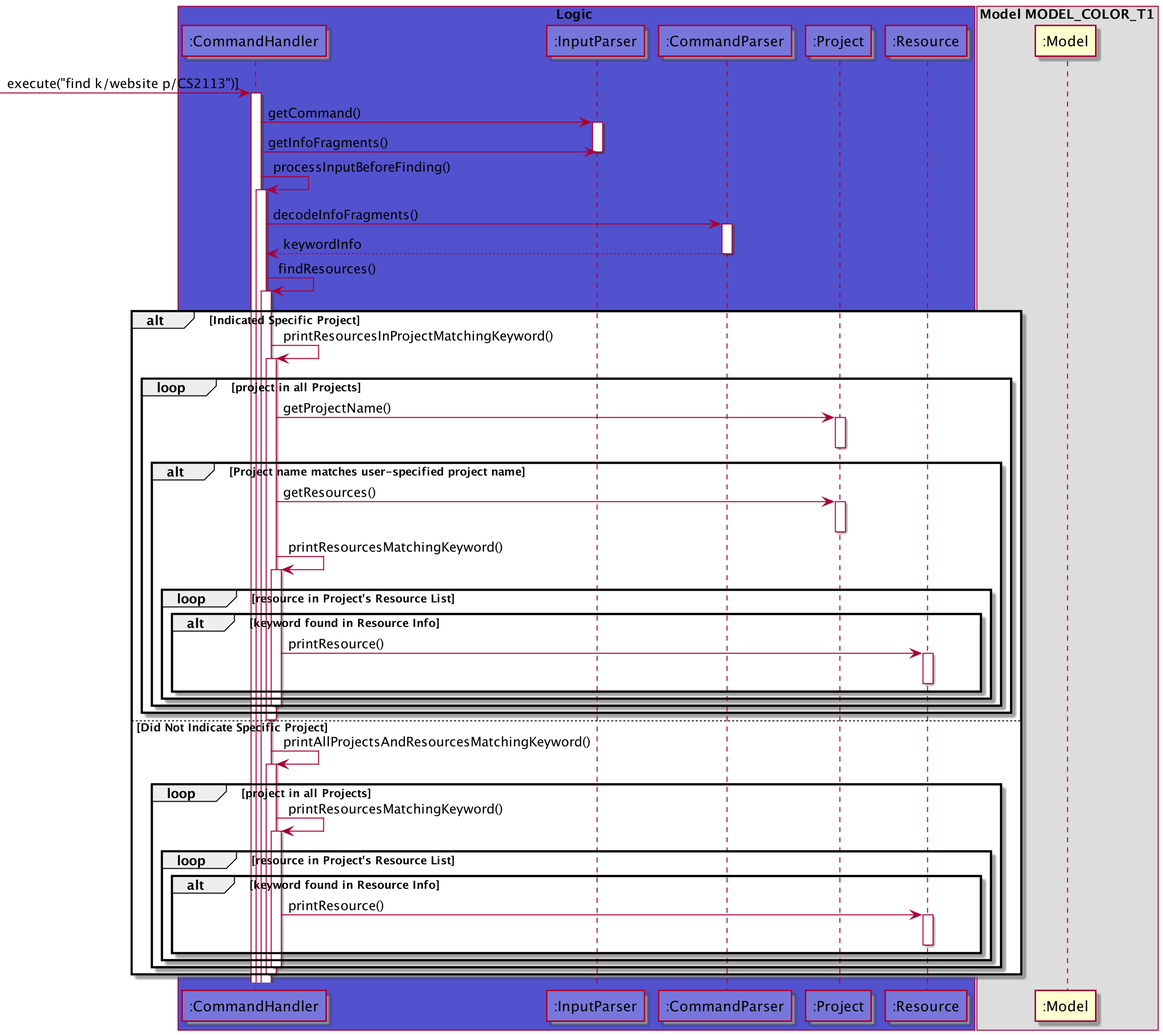
Earlier version of the PlantUML export docs/puml_img/Find.png (s-t-e-f/tp). The source it was exported from:
```plantuml
@startuml
!include Style.puml

box Logic LOGIC_COLOR_T2
participant ":CommandHandler" as CommandHandler LOGIC_COLOR_T1
participant ":InputParser" as InputParser LOGIC_COLOR_T1
participant ":CommandParser" as CommandParser LOGIC_COLOR_T1
participant ":Project" as Project LOGIC_COLOR_T1
participant ":Resource" as Resource LOGIC_COLOR_T1
end box

box Model MODEL_COLOR_T1
participant ":Model" as MODEL_COLOR
end box

[-> CommandHandler : execute("find k/website p/CS2113")]
activate CommandHandler

CommandHandler -> InputParser : getCommand()
activate InputParser

CommandHandler -> InputParser : getInfoFragments()
deactivate InputParser

CommandHandler -> CommandHandler : processInputBeforeFinding()
activate CommandHandler

CommandHandler -> CommandParser : decodeInfoFragments()
activate CommandParser

CommandParser --> CommandHandler : keywordInfo
deactivate CommandParser

CommandHandler -> CommandHandler : findResources()
activate CommandHandler
alt Indicated Specific Project
    CommandHandler -> CommandHandler : printResourcesInProjectMatchingKeyword()
    activate CommandHandler
    loop project in all Projects
        CommandHandler -> Project : getProjectName()
        activate Project
        deactivate Project
        alt Project name matches user-specified project name
            CommandHandler -> Project : getResources()
            activate Project
            deactivate Project
            CommandHandler -> CommandHandler : printResourcesMatchingKeyword()
            activate CommandHandler
            loop resource in Project's Resource List
                alt keyword found in Resource Info
                    CommandHandler -> Resource : printResource()
                    activate Resource
                    deactivate Resource
                end
            end
            deactivate CommandHandler
        end
    end
    deactivate CommandHandler
else Did Not Indicate Specific Project
    CommandHandler -> CommandHandler : printAllProjectsAndResourcesMatchingKeyword()
    activate CommandHandler
    loop project in all Projects
        CommandHandler -> CommandHandler : printResourcesMatchingKeyword()
        activate CommandHandler
        loop resource in Project's Resource List
            alt keyword found in Resource Info
                CommandHandler -> Resource : printResource()
                activate Resource
                deactivate Resource
            end
        end
        deactivate CommandHandler
    end
    deactivate CommandHandler
end



@enduml
```
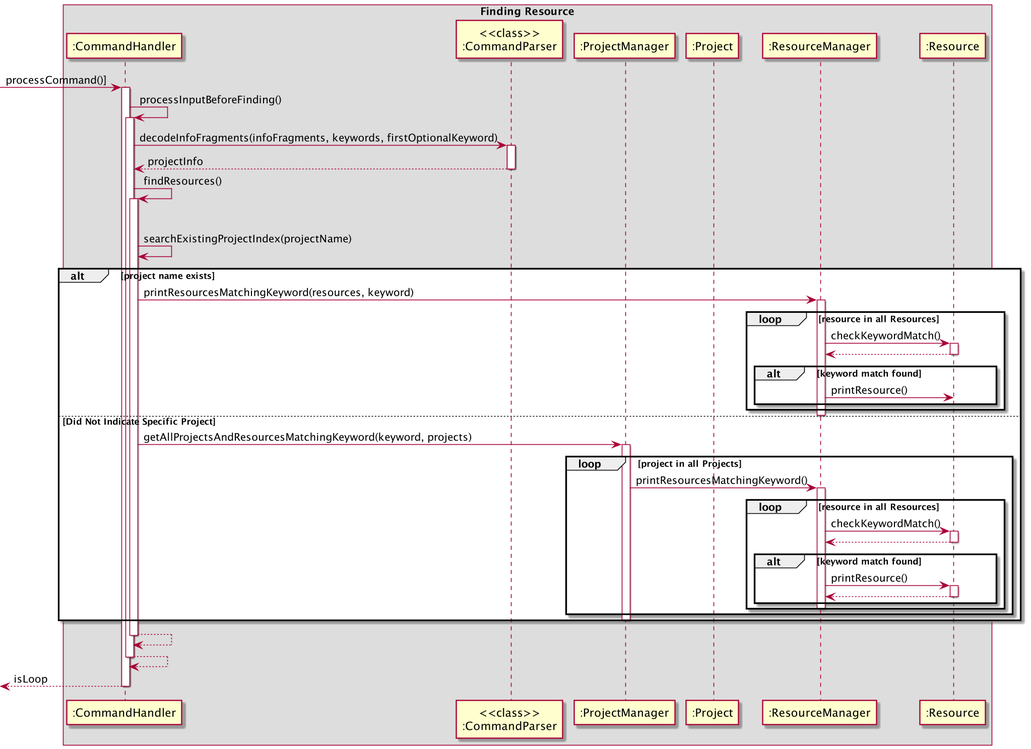
Above is the later version.

Commit message:
Simplify and edit find and exit uml diagrams

Diff of the diagram source:
```diff
@@ -1,80 +1,66 @@
 @startuml
-!include Style.puml
 
-box Logic LOGIC_COLOR_T2
-participant ":CommandHandler" as CommandHandler LOGIC_COLOR_T1
-participant ":InputParser" as InputParser LOGIC_COLOR_T1
-participant ":CommandParser" as CommandParser LOGIC_COLOR_T1
-participant ":Project" as Project LOGIC_COLOR_T1
-participant ":Resource" as Resource LOGIC_COLOR_T1
-end box
+box Finding Resource
+participant ":CommandHandler" as CH
+participant "<<class>>\n:CommandParser" as CP
+participant ":ProjectManager" as PM
+participant ":Project" as P
+participant ":ResourceManager" as RM
+participant ":Resource" as R
 
-box Model MODEL_COLOR_T1
-participant ":Model" as MODEL_COLOR
-end box
 
-[-> CommandHandler : execute("find k/website p/CS2113")]
-activate CommandHandler
+[-> CH : processCommand()]
+activate CH
 
-CommandHandler -> InputParser : getCommand()
-activate InputParser
+CH -> CH : processInputBeforeFinding()
+activate CH
 
-CommandHandler -> InputParser : getInfoFragments()
-deactivate InputParser
+CH -> CP : decodeInfoFragments(infoFragments, keywords, firstOptionalKeyword)
+activate CP
+return projectInfo
 
-CommandHandler -> CommandHandler : processInputBeforeFinding()
-activate CommandHandler
+CH -> CH : findResources()
+activate CH
+alt Indicated Specific Project
+    CH -> CH : searchExistingProjectIndex(projectName)
+    alt project name exists
 
-CommandHandler -> CommandParser : decodeInfoFragments()
-activate CommandParser
+        CH -> RM : printResourcesMatchingKeyword(resources, keyword)
+        activate RM
+        loop resource in all Resources
+            RM -> R : checkKeywordMatch()
+            activate R
+            return
+            alt keyword match found
+                RM -> R : printResource()
+            end
+        end
+        deactivate RM
+else Did Not Indicate Specific Project
+    CH -> PM : getAllProjectsAndResourcesMatchingKeyword(keyword, projects)
+    activate PM
+    loop project in all Projects
+        PM -> RM : printResourcesMatchingKeyword()
+        activate RM
+        loop resource in all Resources
+            RM -> R : checkKeywordMatch()
+            activate R
+            return
+            alt keyword match found
+                RM -> R : printResource()
+                activate R
+                return
 
-CommandParser --> CommandHandler : keywordInfo
-deactivate CommandParser
-
-CommandHandler -> CommandHandler : findResources()
-activate CommandHandler
-alt Indicated Specific Project
-    CommandHandler -> CommandHandler : printResourcesInProjectMatchingKeyword()
-    activate CommandHandler
-    loop project in all Projects
-        CommandHandler -> Project : getProjectName()
-        activate Project
-        deactivate Project
-        alt Project name matches user-specified project name
-            CommandHandler -> Project : getResources()
-            activate Project
-            deactivate Project
-            CommandHandler -> CommandHandler : printResourcesMatchingKeyword()
-            activate CommandHandler
-            loop resource in Project's Resource List
-                alt keyword found in Resource Info
-                    CommandHandler -> Resource : printResource()
-                    activate Resource
-                    deactivate Resource
-                end
             end
-            deactivate CommandHandler
+        deactivate RM
         end
     end
-    deactivate CommandHandler
-else Did Not Indicate Specific Project
-    CommandHandler -> CommandHandler : printAllProjectsAndResourcesMatchingKeyword()
-    activate CommandHandler
-    loop project in all Projects
-        CommandHandler -> CommandHandler : printResourcesMatchingKeyword()
-        activate CommandHandler
-        loop resource in Project's Resource List
-            alt keyword found in Resource Info
-                CommandHandler -> Resource : printResource()
-                activate Resource
-                deactivate Resource
-            end
-        end
-        deactivate CommandHandler
-    end
-    deactivate CommandHandler
+    deactivate PM
 end
 
+return
+return
+return isLoop
 
 
 @enduml
```
